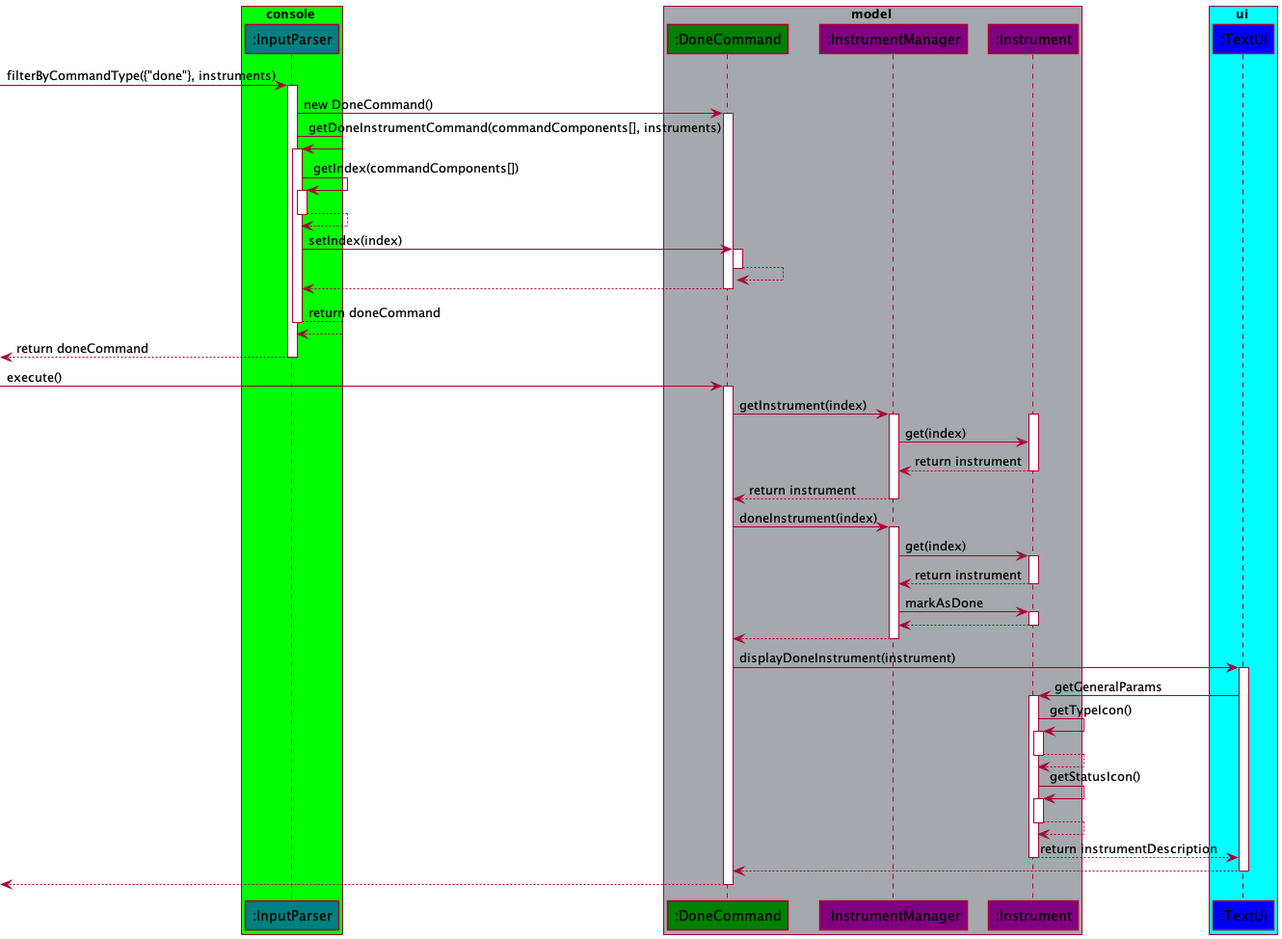
Earlier version of the PlantUML export docs/images/DoneCryptoSequenceDiagram.png (williamlamjy/mTracker).
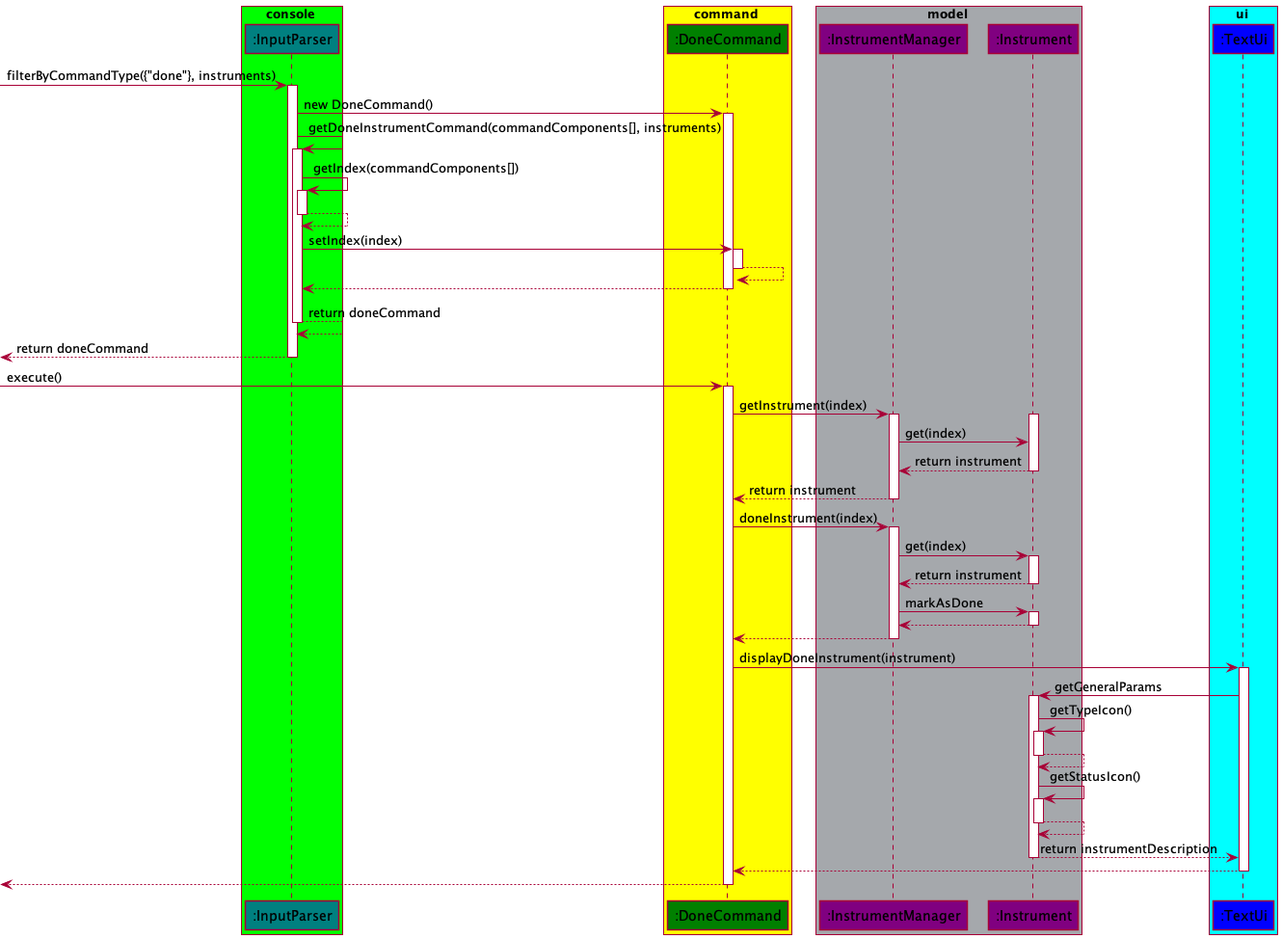
After the change.

The edit, as a diff of the source:
```diff
@@ -5,8 +5,11 @@
 participant ":InputParser" as InputParser COLOR_CONSOLE
 end box
 
+box command COLOR_YELLOW
+participant ":DoneCommand" as DoneCommand COLOR_COMMANDS
+end box
+
 box model COLOR_GREY
-participant ":DoneCommand" as DoneCommand COLOR_COMMANDS
 participant ":InstrumentManager" as InstrumentManager COLOR_MODEL
 participant ":Instrument" as Instrument COLOR_MODEL
 end box
```
